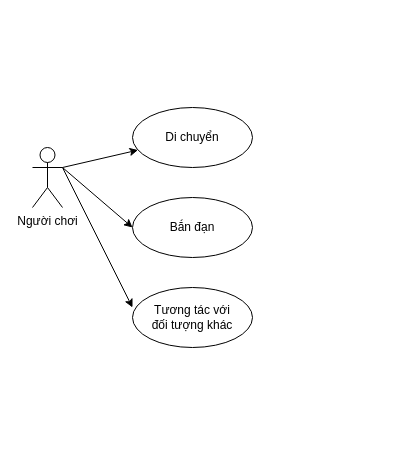
Before: page "người chơi" (2 of 5) of docs/diagrams.drawio in kitoshitachi/Magic-Bullet, a draw.io diagram. Source tidied: cells renumbered, new cells numbered last; positions are measured from the earlier drawing's top-left corner, leaving out a move shared by most shapes. Both pictures are drawn from the tidied source at 100%, with x=0, y=0 at pixel (32, 107).
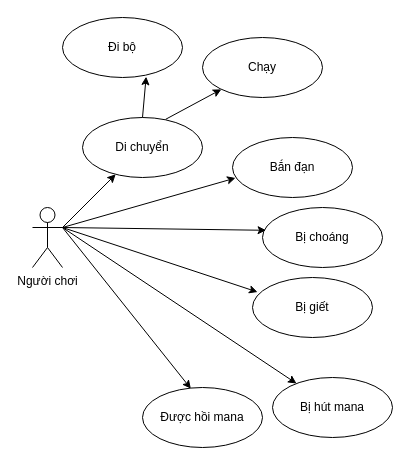
Above is the later version.

The edit, as a diff of the source:
```diff
@@
     <mxCell id="2" value="Di chuyển" style="ellipse;whiteSpace=wrap;html=1;fontSize=12;" parent="1" vertex="1">
-      <mxGeometry x="100" width="120" height="60" as="geometry" />
+      <mxGeometry x="50" y="10" width="120" height="60" as="geometry" />
     </mxCell>
@@
     <mxCell id="4" value="Người chơi" style="shape=umlActor;verticalLabelPosition=bottom;verticalAlign=top;html=1;outlineConnect=0;fontSize=12;" parent="1" vertex="1">
-      <mxGeometry y="40" width="30" height="60" as="geometry" />
+      <mxGeometry y="100" width="30" height="60" as="geometry" />
     </mxCell>
     <mxCell id="5" value="Bắn đạn" style="ellipse;whiteSpace=wrap;html=1;fontSize=12;" parent="1" vertex="1">
-      <mxGeometry x="100" y="90" width="120" height="60" as="geometry" />
+      <mxGeometry x="200" y="30" width="120" height="60" as="geometry" />
     </mxCell>
-    <mxCell id="6" style="rounded=0;jettySize=auto;html=1;fontSize=12;entryX=0;entryY=0.5;entryDx=0;entryDy=0;exitX=1;exitY=0.3333333333333333;exitDx=0;exitDy=0;exitPerimeter=0;" parent="1" edge="1" source="4" target="5">
+    <mxCell id="6" style="rounded=0;jettySize=auto;html=1;fontSize=12;entryX=0.025;entryY=0.675;entryDx=0;entryDy=0;exitX=1;exitY=0.3333333333333333;exitDx=0;exitDy=0;exitPerimeter=0;entryPerimeter=0;" parent="1" edge="1" source="4" target="5">
       <mxGeometry relative="1" as="geometry" />
     </mxCell>
-    <mxCell id="7" value="Tương tác với&lt;br&gt;đối tượng khác" style="ellipse;whiteSpace=wrap;html=1;fontSize=12;" parent="1" vertex="1">
-      <mxGeometry x="100" y="180" width="120" height="60" as="geometry" />
-    </mxCell>
-    <mxCell id="8" style="rounded=0;jettySize=auto;html=1;fontSize=12;entryX=0;entryY=0.333;entryDx=0;entryDy=0;exitX=1;exitY=0.3333333333333333;exitDx=0;exitDy=0;exitPerimeter=0;entryPerimeter=0;" parent="1" edge="1" source="4" target="7">
-      <mxGeometry relative="1" as="geometry" />
-    </mxCell>
+    <mxCell id="9" value="Bị choáng" style="ellipse;whiteSpace=wrap;html=1;fontSize=12;" parent="1" vertex="1">
+      <mxGeometry x="230" y="100" width="120" height="60" as="geometry" />
+    </mxCell>
+    <mxCell id="10" style="rounded=0;jettySize=auto;html=1;fontSize=12;entryX=0.03;entryY=0.38;entryDx=0;entryDy=0;entryPerimeter=0;" parent="1" edge="1" target="9">
+      <mxGeometry relative="1" as="geometry">
+        <mxPoint x="30" y="120" as="sourcePoint" />
+      </mxGeometry>
+    </mxCell>
+    <mxCell id="11" value="Bị hút mana" style="ellipse;whiteSpace=wrap;html=1;fontSize=12;" parent="1" vertex="1">
+      <mxGeometry x="240" y="270" width="120" height="60" as="geometry" />
+    </mxCell>
+    <mxCell id="12" style="rounded=0;jettySize=auto;html=1;fontSize=12;" parent="1" edge="1" target="11">
+      <mxGeometry relative="1" as="geometry">
+        <mxPoint x="30" y="120" as="sourcePoint" />
+      </mxGeometry>
+    </mxCell>
+    <mxCell id="13" value="Được hồi mana" style="ellipse;whiteSpace=wrap;html=1;fontSize=12;" parent="1" vertex="1">
+      <mxGeometry x="110" y="280" width="120" height="60" as="geometry" />
+    </mxCell>
+    <mxCell id="14" style="rounded=0;jettySize=auto;html=1;fontSize=12;entryX=0.403;entryY=0.019;entryDx=0;entryDy=0;entryPerimeter=0;" parent="1" edge="1" target="13">
+      <mxGeometry relative="1" as="geometry">
+        <mxPoint x="30" y="120" as="sourcePoint" />
+      </mxGeometry>
+    </mxCell>
+    <mxCell id="15" value="Chạy" style="ellipse;whiteSpace=wrap;html=1;fontSize=12;" parent="1" vertex="1">
+      <mxGeometry x="170" y="-70" width="120" height="60" as="geometry" />
+    </mxCell>
+    <mxCell id="16" value="Đi bộ" style="ellipse;whiteSpace=wrap;html=1;fontSize=12;" parent="1" vertex="1">
+      <mxGeometry x="30" y="-90" width="120" height="60" as="geometry" />
+    </mxCell>
+    <mxCell id="17" style="rounded=0;jettySize=auto;html=1;fontSize=12;exitX=0.5;exitY=0;exitDx=0;exitDy=0;entryX=0.697;entryY=0.986;entryDx=0;entryDy=0;entryPerimeter=0;" parent="1" edge="1" source="2" target="16">
+      <mxGeometry relative="1" as="geometry" />
+    </mxCell>
+    <mxCell id="18" style="rounded=0;jettySize=auto;html=1;fontSize=12;exitX=0.692;exitY=0.031;exitDx=0;exitDy=0;exitPerimeter=0;" parent="1" edge="1" source="2" target="15">
+      <mxGeometry relative="1" as="geometry" />
+    </mxCell>
+    <mxCell id="19" value="Bị giết" style="ellipse;whiteSpace=wrap;html=1;fontSize=12;" parent="1" vertex="1">
+      <mxGeometry x="220" y="170" width="120" height="60" as="geometry" />
+    </mxCell>
+    <mxCell id="20" style="rounded=0;jettySize=auto;html=1;fontSize=12;entryX=0.042;entryY=0.242;entryDx=0;entryDy=0;entryPerimeter=0;exitX=1;exitY=0.3333333333333333;exitDx=0;exitDy=0;exitPerimeter=0;" parent="1" edge="1" source="4" target="19">
+      <mxGeometry relative="1" as="geometry" />
+    </mxCell>
```
